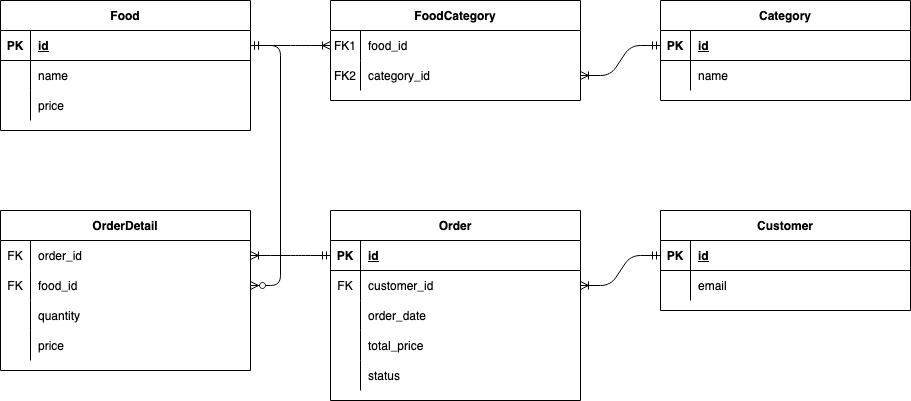
Before: erd.png, a diagram exported from draw.io (jasonyangmh/gigih-family-catering). Source tidied: cells renumbered, new cells last; positions are measured from the earlier drawing's top-left corner, leaving out a move shared by most shapes.
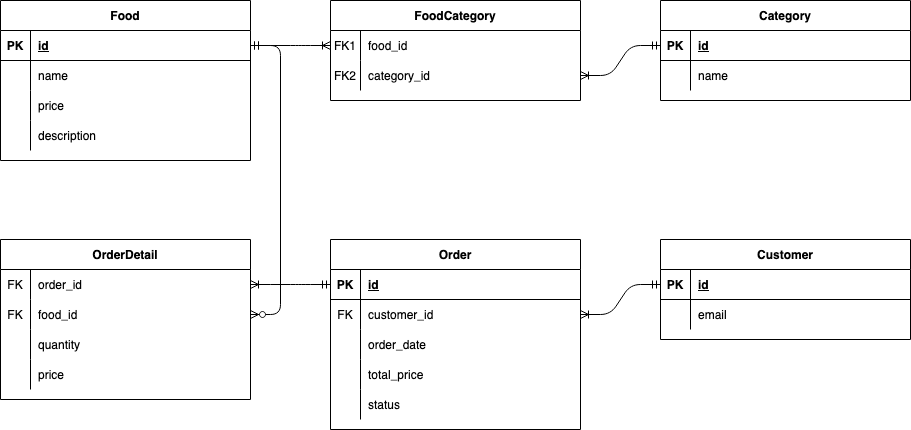
Later version of the same file.

Commit message:
Update erd.png by adding description to Food

Change to the diagram source:
```diff
@@ -3,7 +3,7 @@
     <mxCell id="0" />
     <mxCell id="1" parent="0" />
     <mxCell id="2" value="Food" style="shape=table;startSize=30;rowLines=0;fontStyle=1;align=center;" parent="1" vertex="1">
-      <mxGeometry width="250" height="130" as="geometry" />
+      <mxGeometry width="250" height="160" as="geometry" />
     </mxCell>
     <mxCell id="3" style="shape=partialRectangle;fillColor=none;points=[[0,0.5],[1,0.5]];portConstraint=eastwest;top=0;left=0;right=0;bottom=1;" parent="2" vertex="1">
       <mxGeometry y="30" width="250" height="30" as="geometry" />
@@ -32,6 +32,15 @@
     <mxCell id="11" value="price" style="shape=partialRectangle;overflow=hidden;fillColor=none;top=0;left=0;bottom=0;right=0;align=left;spacingLeft=6;" parent="9" vertex="1">
       <mxGeometry x="30" width="220" height="30" as="geometry" />
     </mxCell>
+    <mxCell id="67" style="shape=partialRectangle;fillColor=none;top=0;left=0;right=0;bottom=0;" parent="2" vertex="1">
+      <mxGeometry y="120" width="250" height="30" as="geometry" />
+    </mxCell>
+    <mxCell id="68" style="shape=partialRectangle;overflow=hidden;fillColor=none;top=0;left=0;bottom=0;right=0;" parent="67" vertex="1">
+      <mxGeometry width="30" height="30" as="geometry" />
+    </mxCell>
+    <mxCell id="69" value="description" style="shape=partialRectangle;overflow=hidden;fillColor=none;top=0;left=0;bottom=0;right=0;align=left;spacingLeft=6;" parent="67" vertex="1">
+      <mxGeometry x="30" width="220" height="30" as="geometry" />
+    </mxCell>
     <mxCell id="12" value="Category" style="shape=table;startSize=30;rowLines=0;fontStyle=1;align=center;" parent="1" vertex="1">
       <mxGeometry x="660" width="250" height="100" as="geometry" />
     </mxCell>
@@ -81,7 +90,7 @@
       <mxGeometry relative="1" as="geometry" />
     </mxCell>
     <mxCell id="28" value="Customer" style="shape=table;startSize=30;rowLines=0;fontStyle=1;align=center;" parent="1" vertex="1">
-      <mxGeometry x="660" y="210" width="250" height="100" as="geometry" />
+      <mxGeometry x="660" y="239" width="250" height="100" as="geometry" />
     </mxCell>
     <mxCell id="29" style="shape=partialRectangle;fillColor=none;points=[[0,0.5],[1,0.5]];portConstraint=eastwest;top=0;left=0;right=0;bottom=1;" parent="28" vertex="1">
       <mxGeometry y="30" width="250" height="30" as="geometry" />
@@ -102,7 +111,7 @@
       <mxGeometry x="30" width="220" height="30" as="geometry" />
     </mxCell>
     <mxCell id="35" value="Order" style="shape=table;startSize=30;rowLines=0;fontStyle=1;align=center;" parent="1" vertex="1">
-      <mxGeometry x="330" y="210" width="250" height="190" as="geometry" />
+      <mxGeometry x="330" y="239" width="250" height="190" as="geometry" />
     </mxCell>
     <mxCell id="36" style="shape=partialRectangle;fillColor=none;points=[[0,0.5],[1,0.5]];portConstraint=eastwest;top=0;left=0;right=0;bottom=1;" parent="35" vertex="1">
       <mxGeometry y="30" width="250" height="30" as="geometry" />
@@ -153,7 +162,7 @@
       <mxGeometry relative="1" as="geometry" />
     </mxCell>
     <mxCell id="52" value="OrderDetail" style="shape=table;startSize=30;rowLines=0;fontStyle=1;align=center;" parent="1" vertex="1">
-      <mxGeometry y="210" width="250" height="160" as="geometry" />
+      <mxGeometry y="239" width="250" height="160" as="geometry" />
     </mxCell>
     <mxCell id="53" style="shape=partialRectangle;fillColor=none;points=[[0,0.5],[1,0.5]];portConstraint=eastwest;top=0;left=0;right=0;bottom=0;" parent="52" vertex="1">
       <mxGeometry y="30" width="250" height="30" as="geometry" />
```
